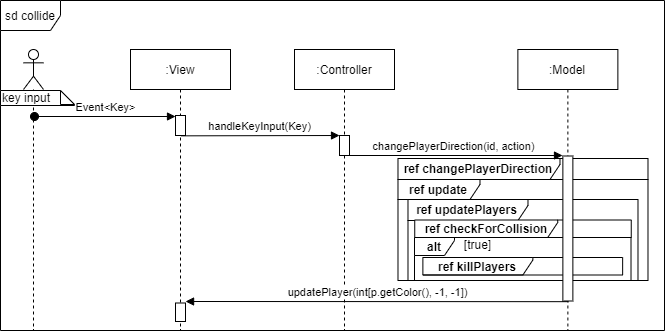
The draw.io diagram Doku/images/SD_UC5Collide.png in KjellooMelloo/gameoftrons, before a commit. Source tidied: cells renumbered, new cells last; positions are measured from the earlier drawing's top-left corner, leaving out a move shared by most shapes.
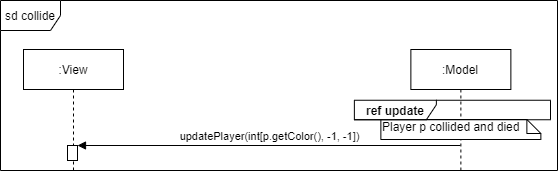
Later version of the same file.

Change to the diagram source:
```diff
@@ -3,74 +3,25 @@
     <mxCell id="0" />
     <mxCell id="1" parent="0" />
     <mxCell id="2" value="sd collide" style="shape=umlFrame;whiteSpace=wrap;html=1;fillColor=#ffffff;" parent="1" vertex="1">
-      <mxGeometry width="664" height="330" as="geometry" />
+      <mxGeometry width="557" height="170" as="geometry" />
     </mxCell>
-    <mxCell id="3" value="&lt;b&gt;ref update&lt;/b&gt;" style="shape=umlFrame;whiteSpace=wrap;html=1;fillColor=#ffffff;width=82;height=20;" parent="1" vertex="1">
-      <mxGeometry x="397.5" y="179" width="250" height="101" as="geometry" />
+    <mxCell id="3" value=":Model" style="shape=umlLifeline;perimeter=lifelinePerimeter;whiteSpace=wrap;html=1;outlineConnect=0;" parent="1" vertex="1">
+      <mxGeometry x="410.4" y="49" width="100" height="121" as="geometry" />
     </mxCell>
-    <mxCell id="4" value="&lt;b&gt;ref updatePlayers&lt;/b&gt;" style="shape=umlFrame;whiteSpace=wrap;html=1;fillColor=#ffffff;width=120;height=21;" parent="1" vertex="1">
-      <mxGeometry x="407.5" y="199" width="230" height="81" as="geometry" />
+    <mxCell id="4" value=":View" style="shape=umlLifeline;perimeter=lifelinePerimeter;whiteSpace=wrap;html=1;" parent="1" vertex="1">
+      <mxGeometry x="23" y="49" width="100" height="121" as="geometry" />
     </mxCell>
-    <mxCell id="5" value="&lt;b&gt;alt&lt;/b&gt;" style="shape=umlFrame;whiteSpace=wrap;html=1;fillColor=#ffffff;width=40;height=18;" parent="1" vertex="1">
-      <mxGeometry x="414" y="237" width="216.5" height="43" as="geometry" />
+    <mxCell id="5" style="html=1;points=[];perimeter=orthogonalPerimeter;" parent="4" vertex="1">
+      <mxGeometry x="44" y="96" width="10" height="15" as="geometry" />
     </mxCell>
-    <mxCell id="6" value="&lt;b&gt;ref killPlayers&lt;/b&gt;" style="shape=umlFrame;whiteSpace=wrap;html=1;fillColor=#ffffff;width=110;height=21;" parent="1" vertex="1">
-      <mxGeometry x="422.4" y="257" width="199.8" height="17.5" as="geometry" />
+    <mxCell id="6" value="Player p collided and died" style="shape=note;whiteSpace=wrap;html=1;size=14;verticalAlign=top;align=left;spacingTop=-6;" parent="1" vertex="1">
+      <mxGeometry x="380.4" y="119" width="160" height="20" as="geometry" />
     </mxCell>
-    <mxCell id="7" value="&lt;b&gt;ref changePlayerDirection&lt;/b&gt;" style="shape=umlFrame;whiteSpace=wrap;html=1;fillColor=#ffffff;width=162;height=21;" parent="1" vertex="1">
-      <mxGeometry x="397.5" y="158" width="250" height="21" as="geometry" />
+    <mxCell id="7" value="&lt;b&gt;ref update&lt;/b&gt;" style="shape=umlFrame;whiteSpace=wrap;html=1;fillColor=#ffffff;width=82;height=20;" parent="1" vertex="1">
+      <mxGeometry x="353.9" y="99.8" width="196.1" height="19.5" as="geometry" />
     </mxCell>
-    <mxCell id="8" value="&lt;b&gt;ref checkForCollision&lt;/b&gt;" style="shape=umlFrame;whiteSpace=wrap;html=1;fillColor=#ffffff;width=143;height=18;" parent="1" vertex="1">
-      <mxGeometry x="414.2" y="219.5" width="216.5" height="17.5" as="geometry" />
+    <mxCell id="8" value="updatePlayer(int[p.getColor(), -1, -1])" style="html=1;verticalAlign=bottom;endArrow=block;entryX=1;entryY=0;" parent="1" edge="1" source="3" target="5">
+      <mxGeometry relative="1" as="geometry" />
     </mxCell>
-    <mxCell id="9" value=":Model" style="shape=umlLifeline;perimeter=lifelinePerimeter;whiteSpace=wrap;html=1;" parent="1" vertex="1">
-      <mxGeometry x="517.4" y="49" width="100" height="281" as="geometry" />
-    </mxCell>
-    <mxCell id="10" style="html=1;perimeter=orthogonalPerimeter;" parent="1" vertex="1">
-      <mxGeometry x="562.4" y="155.5" width="10" height="145" as="geometry" />
-    </mxCell>
-    <mxCell id="11" value=":View" style="shape=umlLifeline;perimeter=lifelinePerimeter;whiteSpace=wrap;html=1;" parent="1" vertex="1">
-      <mxGeometry x="130" y="49" width="100" height="281" as="geometry" />
-    </mxCell>
-    <mxCell id="12" style="html=1;points=[];perimeter=orthogonalPerimeter;" parent="11" vertex="1">
-      <mxGeometry x="45" y="66" width="10" height="20" as="geometry" />
-    </mxCell>
-    <mxCell id="13" style="shape=umlLifeline;participant=umlActor;perimeter=lifelinePerimeter;whiteSpace=wrap;html=1;verticalAlign=top;spacingTop=36;labelBackgroundColor=#ffffff;" parent="1" vertex="1">
-      <mxGeometry x="23" y="49" width="20" height="281" as="geometry" />
-    </mxCell>
-    <mxCell id="14" value=":Controller" style="shape=umlLifeline;perimeter=lifelinePerimeter;whiteSpace=wrap;html=1;outlineConnect=0;" parent="1" vertex="1">
-      <mxGeometry x="294" y="49" width="100" height="281" as="geometry" />
-    </mxCell>
-    <mxCell id="15" style="html=1;points=[];perimeter=orthogonalPerimeter;" parent="14" vertex="1">
-      <mxGeometry x="45" y="86" width="10" height="20" as="geometry" />
-    </mxCell>
-    <mxCell id="16" value="key input" style="shape=note;whiteSpace=wrap;html=1;size=14;verticalAlign=top;align=left;spacingTop=-6;" parent="1" vertex="1">
-      <mxGeometry y="90" width="74" height="15" as="geometry" />
-    </mxCell>
-    <mxCell id="17" value="Event&amp;lt;Key&amp;gt;" style="html=1;verticalAlign=bottom;startArrow=oval;endArrow=block;startSize=8;" parent="1" edge="1" target="12">
-      <mxGeometry relative="1" as="geometry">
-        <mxPoint x="34" y="116" as="sourcePoint" />
-      </mxGeometry>
-    </mxCell>
-    <mxCell id="18" value="handleKeyInput(Key)" style="html=1;verticalAlign=bottom;endArrow=block;entryX=0;entryY=0;exitX=0.567;exitY=1.017;exitDx=0;exitDy=0;exitPerimeter=0;" parent="1" edge="1" source="12" target="15">
-      <mxGeometry relative="1" as="geometry" />
-    </mxCell>
-    <mxCell id="19" value="changePlayerDirection(id, action)" style="html=1;verticalAlign=bottom;endArrow=block;entryX=0;entryY=0;" parent="1" edge="1" source="14">
-      <mxGeometry relative="1" as="geometry">
-        <mxPoint x="562" y="155" as="targetPoint" />
-      </mxGeometry>
-    </mxCell>
-    <mxCell id="20" style="html=1;perimeter=orthogonalPerimeter;" parent="1" vertex="1">
-      <mxGeometry x="175" y="302.5" width="10" height="18.5" as="geometry" />
-    </mxCell>
-    <mxCell id="21" value="updatePlayer(int[p.getColor(), -1, -1])" style="html=1;verticalAlign=bottom;endArrow=none;startArrow=block;startFill=1;endFill=0;" parent="1" edge="1">
-      <mxGeometry relative="1" as="geometry">
-        <mxPoint x="185.1" y="301" as="sourcePoint" />
-        <mxPoint x="567.9" y="301.2" as="targetPoint" />
-      </mxGeometry>
-    </mxCell>
-    <mxCell id="22" value="[true]" style="text;html=1;align=center;verticalAlign=middle;" parent="1" vertex="1">
-      <mxGeometry x="457" y="234.5" width="40" height="20" as="geometry" />
-    </mxCell>
   </root>
 </mxGraphModel>
```
